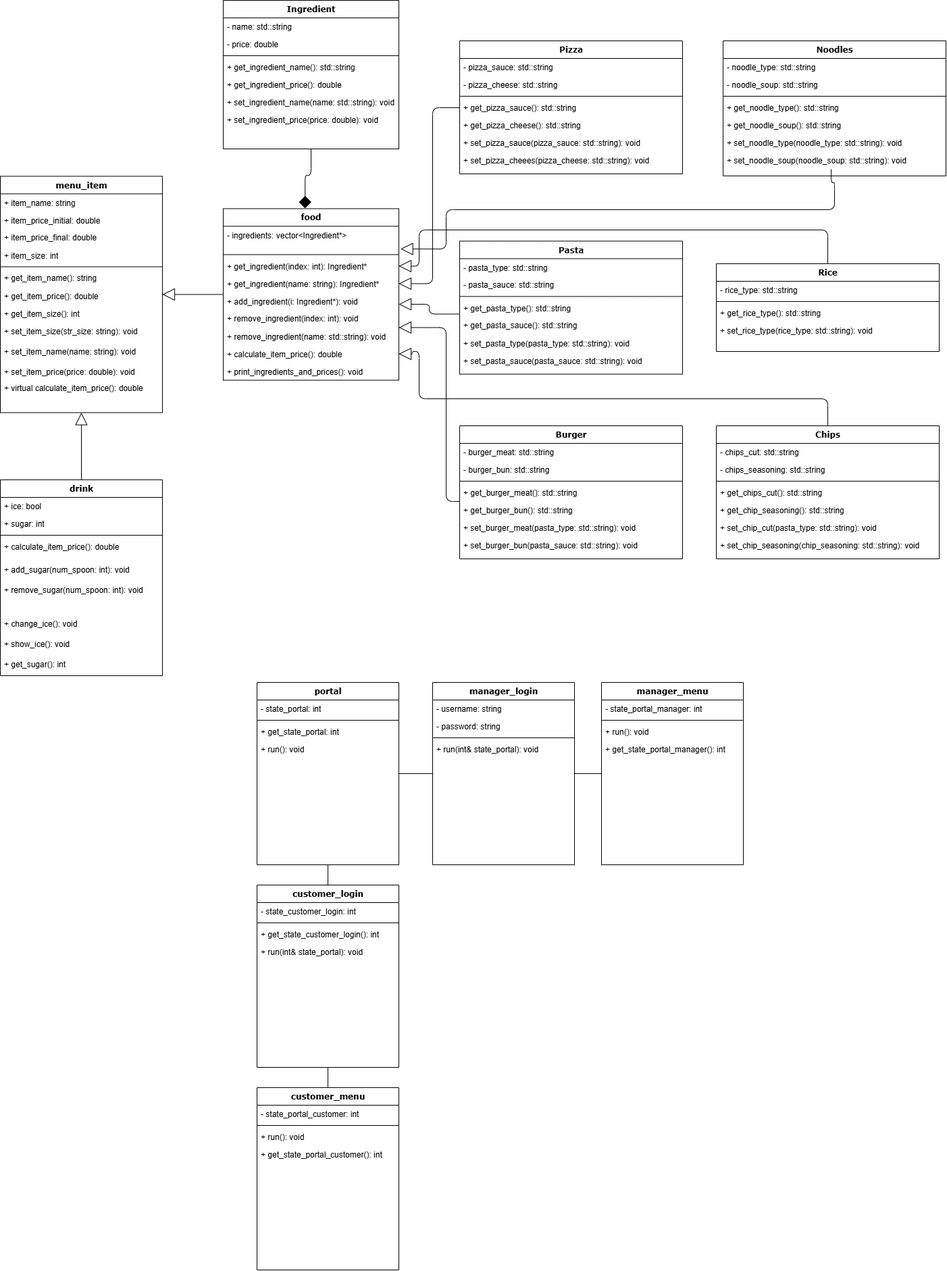
The draw.io diagram UML.png in SohamA12345/Project, before a commit. Source tidied: cells renumbered, new cells last; positions are measured from the earlier drawing's top-left corner, leaving out a move shared by most shapes.
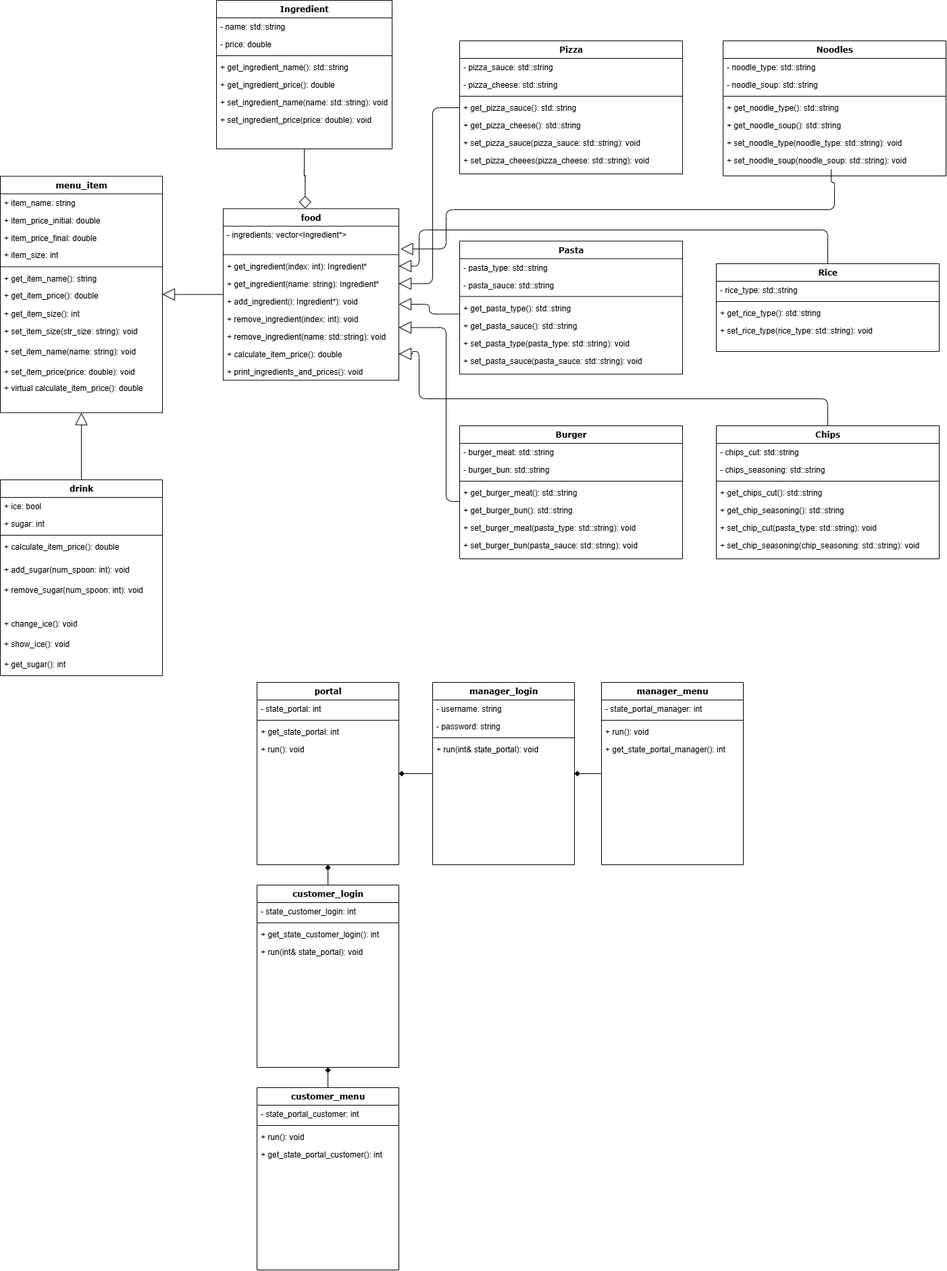
The same diagram one commit later.

What changed in the source:
```diff
@@ -116,7 +116,7 @@
       <mxGeometry y="260" width="240" height="30" as="geometry" />
     </mxCell>
     <mxCell id="38" value="Ingredient" style="swimlane;html=1;fontStyle=1;align=center;verticalAlign=top;horizontal=1;startSize=26;swimlaneFillColor=#ffffff;rounded=0;shadow=0;comic=0;labelBackgroundColor=none;strokeWidth=1;fillColor=none;fontFamily=Verdana;fontSize=12;" parent="1" vertex="1">
-      <mxGeometry x="330" width="260" height="220" as="geometry" />
+      <mxGeometry x="320" width="260" height="220" as="geometry" />
     </mxCell>
     <mxCell id="39" value="- name: std::string" style="text;html=1;strokeColor=none;fillColor=none;align=left;verticalAlign=top;spacingLeft=4;spacingRight=4;whiteSpace=wrap;overflow=hidden;" parent="38" vertex="1">
       <mxGeometry y="26" width="260" height="26" as="geometry" />
@@ -157,10 +157,10 @@
     <mxCell id="51" value="+ run(): void" style="text;html=1;strokeColor=none;fillColor=none;align=left;verticalAlign=top;spacingLeft=4;spacingRight=4;whiteSpace=wrap;overflow=hidden;" parent="47" vertex="1">
       <mxGeometry y="86" width="210" height="26" as="geometry" />
     </mxCell>
-    <mxCell id="52" style="rounded=0;jettySize=auto;html=1;endArrow=none;endFill=0;entryX=1;entryY=0.5;entryDx=0;entryDy=0;" parent="1" edge="1" source="54" target="47">
+    <mxCell id="52" style="rounded=0;jettySize=auto;html=1;endArrow=diamond;endFill=1;entryX=1;entryY=0.5;entryDx=0;entryDy=0;" parent="1" edge="1" source="54" target="47">
       <mxGeometry relative="1" as="geometry" />
     </mxCell>
-    <mxCell id="53" style="edgeStyle=orthogonalEdgeStyle;rounded=0;jettySize=auto;html=1;exitX=1;exitY=0.5;exitDx=0;exitDy=0;entryX=0;entryY=0.5;entryDx=0;entryDy=0;endArrow=none;endFill=0;" parent="1" edge="1" source="54" target="59">
+    <mxCell id="53" style="edgeStyle=orthogonalEdgeStyle;rounded=0;jettySize=auto;html=1;exitX=1;exitY=0.5;exitDx=0;exitDy=0;entryX=0;entryY=0.5;entryDx=0;entryDy=0;endArrow=none;endFill=0;startArrow=diamond;startFill=1;" parent="1" edge="1" source="54" target="59">
       <mxGeometry relative="1" as="geometry" />
     </mxCell>
     <mxCell id="54" value="manager_login" style="swimlane;html=1;fontStyle=1;align=center;verticalAlign=top;horizontal=1;startSize=26;swimlaneFillColor=#ffffff;rounded=0;shadow=0;comic=0;labelBackgroundColor=none;strokeWidth=1;fillColor=none;fontFamily=Verdana;fontSize=12;" parent="1" vertex="1">
@@ -193,7 +193,7 @@
     <mxCell id="63" value="+ get_state_portal_manager(): int" style="text;html=1;strokeColor=none;fillColor=none;align=left;verticalAlign=top;spacingLeft=4;spacingRight=4;whiteSpace=wrap;overflow=hidden;" parent="59" vertex="1">
       <mxGeometry y="86" width="210" height="26" as="geometry" />
     </mxCell>
-    <mxCell id="64" style="edgeStyle=orthogonalEdgeStyle;rounded=0;jettySize=auto;html=1;exitX=0.5;exitY=0;exitDx=0;exitDy=0;entryX=0.5;entryY=1;entryDx=0;entryDy=0;endArrow=none;endFill=0;" parent="1" edge="1" source="65" target="71">
+    <mxCell id="64" style="edgeStyle=orthogonalEdgeStyle;rounded=0;jettySize=auto;html=1;exitX=0.5;exitY=1;exitDx=0;exitDy=0;entryX=0.5;entryY=0;entryDx=0;entryDy=0;endArrow=none;endFill=0;strokeColor=default;align=center;verticalAlign=middle;fontFamily=Helvetica;fontSize=11;fontColor=default;labelBackgroundColor=default;startArrow=diamond;startFill=1;" parent="1" edge="1" source="71" target="65">
       <mxGeometry relative="1" as="geometry" />
     </mxCell>
     <mxCell id="65" value="customer_menu" style="swimlane;html=1;fontStyle=1;align=center;verticalAlign=top;horizontal=1;startSize=26;swimlaneFillColor=#ffffff;rounded=0;shadow=0;comic=0;labelBackgroundColor=none;strokeWidth=1;fillColor=none;fontFamily=Verdana;fontSize=12;" parent="1" vertex="1">
@@ -211,7 +211,7 @@
     <mxCell id="69" value="+ get_state_portal_customer(): int" style="text;html=1;strokeColor=none;fillColor=none;align=left;verticalAlign=top;spacingLeft=4;spacingRight=4;whiteSpace=wrap;overflow=hidden;" parent="65" vertex="1">
       <mxGeometry y="86" width="210" height="26" as="geometry" />
     </mxCell>
-    <mxCell id="70" style="edgeStyle=orthogonalEdgeStyle;rounded=0;jettySize=auto;html=1;entryX=0.5;entryY=1;entryDx=0;entryDy=0;endArrow=none;endFill=0;" parent="1" edge="1" source="71" target="47">
+    <mxCell id="70" style="edgeStyle=orthogonalEdgeStyle;rounded=0;jettySize=auto;html=1;endArrow=none;endFill=0;strokeColor=default;align=center;verticalAlign=middle;fontFamily=Helvetica;fontSize=11;fontColor=default;labelBackgroundColor=default;startArrow=diamond;startFill=1;exitX=0.5;exitY=1;exitDx=0;exitDy=0;" parent="1" edge="1" source="47" target="71">
       <mxGeometry relative="1" as="geometry" />
     </mxCell>
     <mxCell id="71" value="customer_login" style="swimlane;html=1;fontStyle=1;align=center;verticalAlign=top;horizontal=1;startSize=26;swimlaneFillColor=#ffffff;rounded=0;shadow=0;comic=0;labelBackgroundColor=none;strokeWidth=1;fillColor=none;fontFamily=Verdana;fontSize=12;" parent="1" vertex="1">
@@ -409,7 +409,7 @@
         </Array>
       </mxGeometry>
     </mxCell>
-    <mxCell id="126" style="edgeStyle=orthogonalEdgeStyle;rounded=1;jettySize=auto;html=1;entryX=0.466;entryY=-0.002;entryDx=0;entryDy=0;entryPerimeter=0;endSize=16;curved=0;endArrow=diamond;endFill=1;strokeColor=default;" parent="1" edge="1" source="38" target="16">
+    <mxCell id="126" style="edgeStyle=orthogonalEdgeStyle;rounded=1;jettySize=auto;html=1;entryX=0.466;entryY=-0.002;entryDx=0;entryDy=0;entryPerimeter=0;endSize=16;curved=0;endArrow=diamond;endFill=0;strokeColor=default;" parent="1" edge="1" source="38" target="16">
       <mxGeometry relative="1" as="geometry" />
     </mxCell>
   </root>
```
